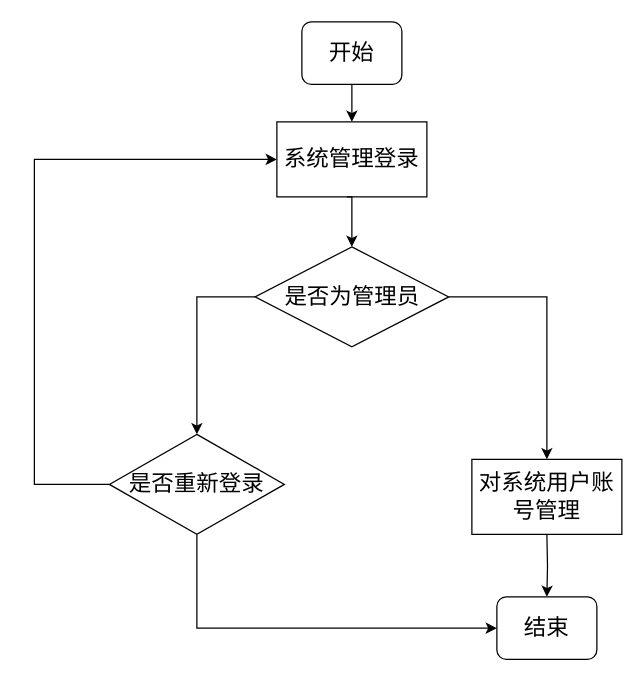
This is 用户管理模块.drawio from gitofding/first_repository, a draw.io file, before an edit. Source tidied: cells renumbered, new cells numbered last; positions are measured from the earlier drawing's top-left corner, leaving out a move shared by most shapes. Both pictures are drawn from the tidied source at 125%, with x=0, y=0 at pixel (34, 21).
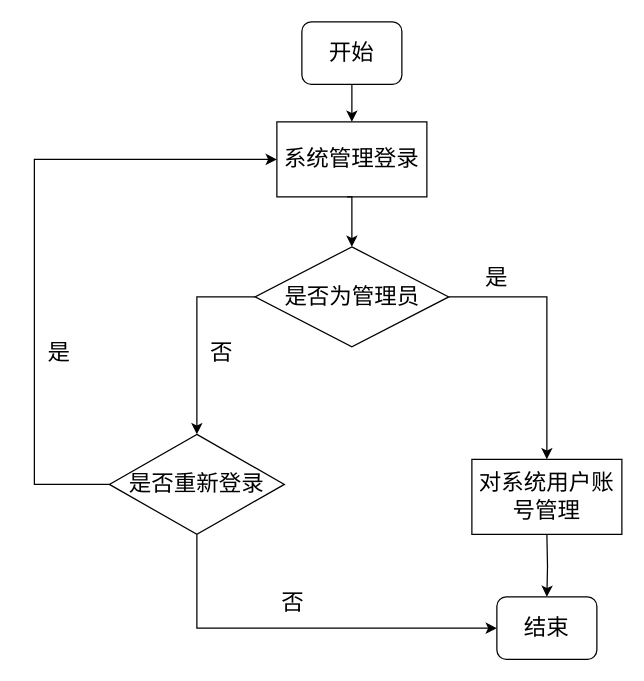
The same page after the edit.

Commit message (it also covers changes not shown here):
Update 用户管理模块.drawio

Change to the diagram source:
```diff
@@
+    <mxCell id="15" value="否" style="text;html=1;strokeColor=none;fillColor=none;align=center;verticalAlign=middle;whiteSpace=wrap;rounded=0;fontSize=18;" parent="1" vertex="1">
+      <mxGeometry x="120" y="250" width="60" height="30" as="geometry" />
+    </mxCell>
+    <mxCell id="16" value="是" style="text;html=1;strokeColor=none;fillColor=none;align=center;verticalAlign=middle;whiteSpace=wrap;rounded=0;fontSize=18;" parent="1" vertex="1">
+      <mxGeometry x="340" y="190" width="60" height="30" as="geometry" />
+    </mxCell>
+    <mxCell id="17" value="是" style="text;html=1;strokeColor=none;fillColor=none;align=center;verticalAlign=middle;whiteSpace=wrap;rounded=0;fontSize=18;" parent="1" vertex="1">
+      <mxGeometry x="-10" y="250" width="60" height="30" as="geometry" />
+    </mxCell>
+    <mxCell id="18" value="否" style="text;html=1;strokeColor=none;fillColor=none;align=center;verticalAlign=middle;whiteSpace=wrap;rounded=0;fontSize=18;" parent="1" vertex="1">
+      <mxGeometry x="176.5" y="450" width="60" height="30" as="geometry" />
+    </mxCell>
```
